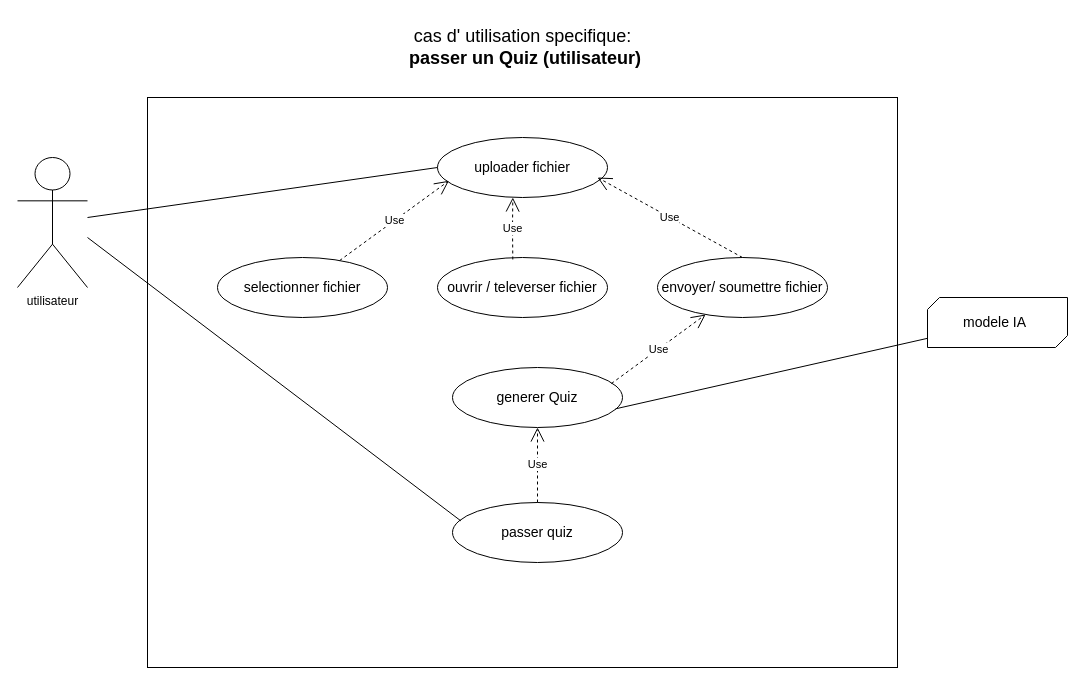
Earlier version of the draw.io diagram page "Page-3" (3 of 4) of resource/diagrammes uml . MAEL/use case  MAEL.drawio (OIC-Bafoussam/revise-ai). Source tidied: cells renumbered, new cells numbered last; positions are measured from the earlier drawing's top-left corner, leaving out a move shared by most shapes. Both pictures are drawn from the tidied source at 100%, with x=0, y=0 at pixel (17, 17).
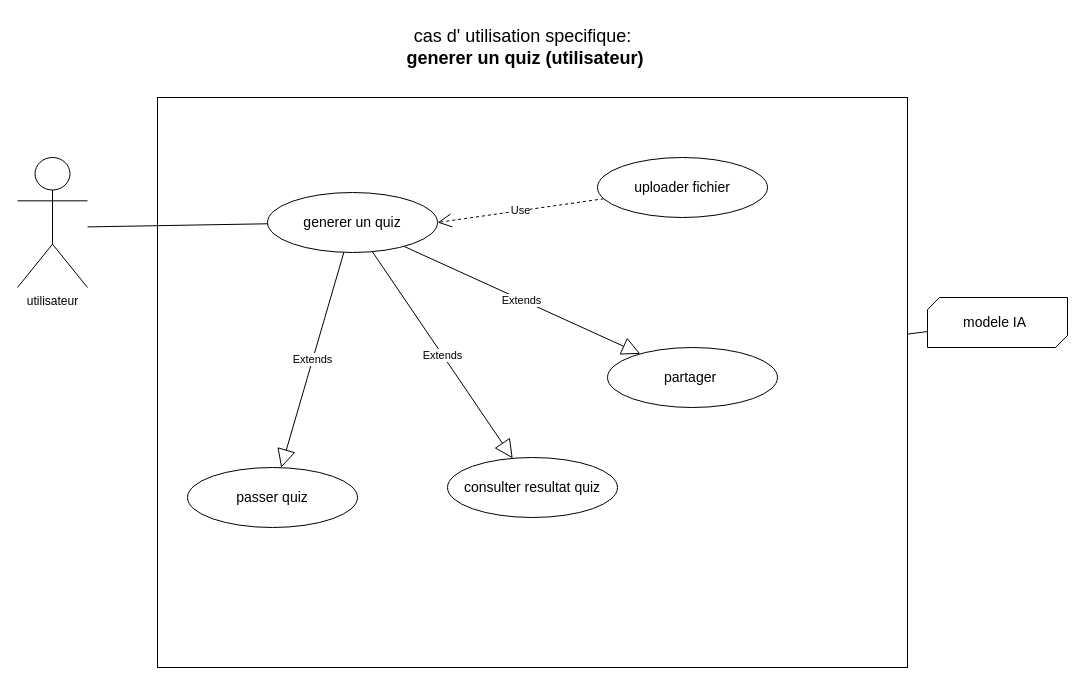
Above is the later version.

Unchanged cells that the change refers to:
```xml
<mxCell id="2" value="utilisateur&lt;br&gt;" style="shape=umlActor;verticalLabelPosition=bottom;verticalAlign=top;html=1;" parent="1" vertex="1">
  <mxGeometry y="140" width="70" height="130" as="geometry" />
</mxCell>
<mxCell id="14" style="verticalLabelPosition=bottom;verticalAlign=top;html=1;shape=mxgraph.basic.diag_snip_rect;dx=6;whiteSpace=wrap;" parent="1" vertex="1">
  <mxGeometry x="910" y="280" width="140" height="50" as="geometry" />
</mxCell>
```

What changed in the source:
```diff
@@
     <mxCell id="3" style="rounded=0;whiteSpace=wrap;html=1;" parent="1" vertex="1">
-      <mxGeometry x="130" y="80" width="750" height="570" as="geometry" />
+      <mxGeometry x="140" y="80" width="750" height="570" as="geometry" />
     </mxCell>
     <mxCell id="4" value="&lt;font style=&quot;font-size: 14px;&quot;&gt;uploader fichier&lt;/font&gt;" style="ellipse;whiteSpace=wrap;html=1;" parent="1" vertex="1">
-      <mxGeometry x="420" y="120" width="170" height="60" as="geometry" />
+      <mxGeometry x="580" y="140" width="170" height="60" as="geometry" />
     </mxCell>
-    <mxCell id="5" value="&lt;font style=&quot;font-size: 14px;&quot;&gt;selectionner fichier&lt;/font&gt;" style="ellipse;whiteSpace=wrap;html=1;" parent="1" vertex="1">
-      <mxGeometry x="200" y="240" width="170" height="60" as="geometry" />
-    </mxCell>
-    <mxCell id="6" value="&lt;font style=&quot;font-size: 18px;&quot;&gt;cas d' utilisation specifique:&lt;br&gt;&lt;b&gt;&amp;nbsp;passer un Quiz (utilisateur)&lt;/b&gt;&lt;/font&gt;" style="text;html=1;align=center;verticalAlign=middle;strokeColor=none;fillColor=none;fontSize=14;" parent="1" vertex="1">
-      <mxGeometry x="375" width="260" height="60" as="geometry" />
+    <mxCell id="6" value="&lt;font style=&quot;font-size: 18px;&quot;&gt;cas d' utilisation specifique:&lt;br&gt;&lt;b&gt;&amp;nbsp;generer un quiz (utilisateur)&lt;/b&gt;&lt;/font&gt;" style="text;html=1;align=center;verticalAlign=middle;strokeColor=none;fillColor=none;fontSize=14;" parent="1" vertex="1">
+      <mxGeometry x="370" width="270" height="60" as="geometry" />
     </mxCell>
-    <mxCell id="7" value="&lt;font style=&quot;font-size: 14px;&quot;&gt;ouvrir / televerser fichier&lt;/font&gt;" style="ellipse;whiteSpace=wrap;html=1;" parent="1" vertex="1">
-      <mxGeometry x="420" y="240" width="170" height="60" as="geometry" />
-    </mxCell>
-    <mxCell id="8" value="&lt;font style=&quot;font-size: 14px;&quot;&gt;envoyer/ soumettre fichier&lt;/font&gt;" style="ellipse;whiteSpace=wrap;html=1;" parent="1" vertex="1">
-      <mxGeometry x="640" y="240" width="170" height="60" as="geometry" />
-    </mxCell>
-    <mxCell id="9" value="Use" style="endArrow=open;endSize=12;dashed=1;html=1;rounded=0;exitX=0.443;exitY=0.033;exitDx=0;exitDy=0;exitPerimeter=0;entryX=0.443;entryY=1;entryDx=0;entryDy=0;entryPerimeter=0;" parent="1" edge="1" source="7" target="4">
-      <mxGeometry relative="1" as="geometry">
-        <Array as="points">
-          <mxPoint x="495" y="210" />
-        </Array>
-      </mxGeometry>
-    </mxCell>
-    <mxCell id="10" value="Use" style="endArrow=open;endSize=12;dashed=1;html=1;rounded=0;entryX=0.067;entryY=0.722;entryDx=0;entryDy=0;entryPerimeter=0;" parent="1" edge="1" source="5" target="4">
-      <mxGeometry relative="1" as="geometry" />
-    </mxCell>
-    <mxCell id="11" value="Use" style="endArrow=open;endSize=12;dashed=1;html=1;rounded=0;exitX=0.5;exitY=0;exitDx=0;exitDy=0;" parent="1" edge="1" source="8">
-      <mxGeometry relative="1" as="geometry">
-        <mxPoint x="580" y="160" as="targetPoint" />
-      </mxGeometry>
-    </mxCell>
-    <mxCell id="12" value="&lt;font style=&quot;font-size: 14px;&quot;&gt;generer Quiz&lt;/font&gt;" style="ellipse;whiteSpace=wrap;html=1;" parent="1" vertex="1">
-      <mxGeometry x="435" y="350" width="170" height="60" as="geometry" />
-    </mxCell>
-    <mxCell id="13" value="Use" style="endArrow=open;endSize=12;dashed=1;html=1;rounded=0;exitX=0.935;exitY=0.267;exitDx=0;exitDy=0;exitPerimeter=0;" parent="1" edge="1" source="12" target="8">
-      <mxGeometry relative="1" as="geometry" />
-    </mxCell>
@@
     <mxCell id="16" value="&lt;span style=&quot;font-size: 14px;&quot;&gt;passer quiz&lt;/span&gt;" style="ellipse;whiteSpace=wrap;html=1;" parent="1" vertex="1">
-      <mxGeometry x="435" y="485" width="170" height="60" as="geometry" />
+      <mxGeometry x="170" y="450" width="170" height="60" as="geometry" />
     </mxCell>
-    <mxCell id="17" value="Use" style="endArrow=open;endSize=12;dashed=1;html=1;rounded=0;exitX=0.5;exitY=0;exitDx=0;exitDy=0;" parent="1" edge="1" source="16" target="12">
-      <mxGeometry relative="1" as="geometry" />
-    </mxCell>
-    <mxCell id="18" style="endArrow=none;html=1;rounded=0;entryX=0;entryY=0.5;entryDx=0;entryDy=0;" parent="1" edge="1" source="2" target="4">
-      <mxGeometry relative="1" as="geometry" />
-    </mxCell>
-    <mxCell id="19" style="endArrow=none;html=1;rounded=0;entryX=0.049;entryY=0.306;entryDx=0;entryDy=0;entryPerimeter=0;" parent="1" edge="1" target="16">
-      <mxGeometry relative="1" as="geometry">
-        <mxPoint x="70" y="220" as="sourcePoint" />
-      </mxGeometry>
-    </mxCell>
-    <mxCell id="20" style="endArrow=none;html=1;rounded=0;exitX=0.959;exitY=0.689;exitDx=0;exitDy=0;exitPerimeter=0;" parent="1" edge="1" source="12" target="14">
+    <mxCell id="20" style="endArrow=none;html=1;rounded=0;" parent="1" edge="1" source="3" target="14">
       <mxGeometry relative="1" as="geometry" />
     </mxCell>
+    <mxCell id="21" value="&lt;font style=&quot;font-size: 14px;&quot;&gt;generer un quiz&lt;/font&gt;" style="ellipse;whiteSpace=wrap;html=1;" parent="1" vertex="1">
+      <mxGeometry x="250" y="175" width="170" height="60" as="geometry" />
+    </mxCell>
+    <mxCell id="22" style="endArrow=none;html=1;rounded=0;" parent="1" edge="1" target="21">
+      <mxGeometry relative="1" as="geometry">
+        <mxPoint x="70" y="209.4" as="sourcePoint" />
+      </mxGeometry>
+    </mxCell>
+    <mxCell id="23" value="Use" style="endArrow=open;endSize=12;dashed=1;html=1;rounded=0;entryX=1;entryY=0.5;entryDx=0;entryDy=0;" parent="1" edge="1" source="4" target="21">
+      <mxGeometry relative="1" as="geometry" />
+    </mxCell>
+    <mxCell id="24" value="&lt;span style=&quot;font-size: 14px;&quot;&gt;consulter resultat quiz&lt;/span&gt;" style="ellipse;whiteSpace=wrap;html=1;" parent="1" vertex="1">
+      <mxGeometry x="430" y="440" width="170" height="60" as="geometry" />
+    </mxCell>
+    <mxCell id="25" value="Extends" style="endArrow=block;endSize=16;endFill=0;html=1;rounded=0;" parent="1" edge="1" source="21" target="16">
+      <mxGeometry relative="1" as="geometry" />
+    </mxCell>
+    <mxCell id="26" value="Extends" style="endArrow=block;endSize=16;endFill=0;html=1;rounded=0;" parent="1" edge="1" source="21" target="24">
+      <mxGeometry relative="1" as="geometry" />
+    </mxCell>
+    <mxCell id="27" value="&lt;span style=&quot;font-size: 14px;&quot;&gt;partager&amp;nbsp;&lt;/span&gt;" style="ellipse;whiteSpace=wrap;html=1;" parent="1" vertex="1">
+      <mxGeometry x="590" y="330" width="170" height="60" as="geometry" />
+    </mxCell>
+    <mxCell id="28" value="Extends" style="endArrow=block;endSize=16;endFill=0;html=1;rounded=0;exitX=0.806;exitY=0.902;exitDx=0;exitDy=0;exitPerimeter=0;" parent="1" edge="1" source="21" target="27">
+      <mxGeometry relative="1" as="geometry" />
+    </mxCell>
```
